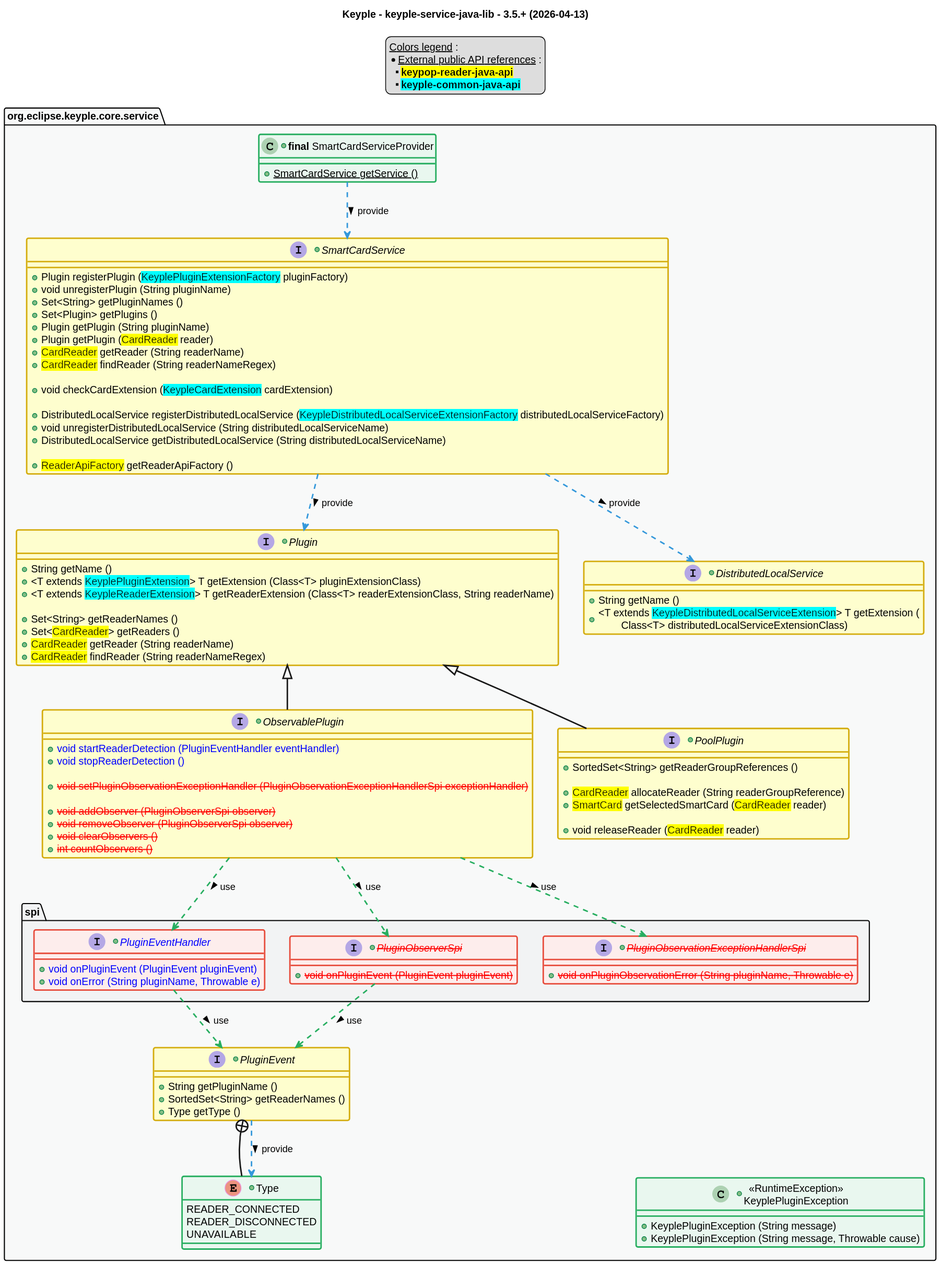
eclipse-keyple/keyple-service-java-lib keeps this PlantUML diagram as src/main/uml/api_class_diagram.svg. Above is the earlier version. Its diagram source:
```plantuml
@startuml
title
    Keyple - keyple-service-java-lib - 3.5.+ (2026-04-13)
end title


!define C_GREY1 F8F9F9
!define C_GREY2 F2F3F4
!define C_GREY3 E5E7E9
!define C_GREY4 D7DBDD
!define C_GREY5 CACFD2
!define C_GREY6 BDC3C7
!define C_LINK 3498DB
!define C_USE 27AE60

skinparam stereotypeABorderColor #A9DCDF
skinparam stereotypeIBorderColor #B4A7E5
skinparam stereotypeCBorderColor #ADD1B2
skinparam stereotypeEBorderColor #EB93DF

skinparam ClassBorderThickness 2
skinparam ArrowThickness 2

skinparam ClassBackgroundColor #FEFECE
skinparam ClassBorderColor #D4AC0D
skinparam ClassBackgroundColor<<red>> #FDEDEC
skinparam ClassBorderColor<<red>> #E74C3C
hide <<red>> stereotype
skinparam ClassBackgroundColor<<purple>> #F4ECF7
skinparam ClassBorderColor<<purple>> #8E44AD
hide <<purple>> stereotype
skinparam ClassBackgroundColor<<blue>> #EBF5FB
skinparam ClassBorderColor<<blue>> #3498DB
hide <<blue>> stereotype
skinparam ClassBackgroundColor<<green>> #E9F7EF
skinparam ClassBorderColor<<green>> #27AE60
hide <<green>> stereotype
skinparam ClassBackgroundColor<<grey>> #EAECEE
skinparam ClassBorderColor<<grey>> #2C3E50
hide <<grey>> stereotype


legend top
    __Colors legend__ :
    * __External public API references__ :
    ** <back:yellow>**keypop-reader-java-api**</back>
    ** <back:cyan>**keyple-common-java-api**</back>
end legend

package "org.eclipse.keyple.core.service" as service {
    +class "**final** SmartCardServiceProvider" as SmartCardServiceProvider <<green>> {
        +{static} SmartCardService getService ()
    }
    +interface SmartCardService {
        +Plugin registerPlugin (<back:cyan>KeyplePluginExtensionFactory</back> pluginFactory)
        +void unregisterPlugin (String pluginName)
        +Set<String> getPluginNames ()
        +Set<Plugin> getPlugins ()
        +Plugin getPlugin (String pluginName)
        +Plugin getPlugin (<back:yellow>CardReader</back> reader)
        +<back:yellow>CardReader</back> getReader (String readerName)
        +<back:yellow>CardReader</back> findReader (String readerNameRegex)

        +void checkCardExtension (<back:cyan>KeypleCardExtension</back> cardExtension)

        +DistributedLocalService registerDistributedLocalService (<back:cyan>KeypleDistributedLocalServiceExtensionFactory</back> distributedLocalServiceFactory)
        +void unregisterDistributedLocalService (String distributedLocalServiceName)
        +DistributedLocalService getDistributedLocalService (String distributedLocalServiceName)

        +<back:yellow>ReaderApiFactory</back> getReaderApiFactory ()
    }
    +interface Plugin {
        +String getName ()
        +<T extends <back:cyan>KeyplePluginExtension</back>> T getExtension (Class<T> pluginExtensionClass)
        +<T extends <back:cyan>KeypleReaderExtension</back>> T getReaderExtension (Class<T> readerExtensionClass, String readerName)

        +Set<String> getReaderNames ()
        +Set<<back:yellow>CardReader</back>> getReaders ()
        +<back:yellow>CardReader</back> getReader (String readerName)
        +<back:yellow>CardReader</back> findReader (String readerNameRegex)
    }
    +interface DistributedLocalService {
        +String getName ()
        +<T extends <back:cyan>KeypleDistributedLocalServiceExtension</back>> T getExtension (\n\tClass<T> distributedLocalServiceExtensionClass)
    }
    +interface ObservablePlugin extends Plugin {
        +<color:blue>void startReaderDetection (PluginEventHandler eventHandler)
        +<color:blue>void stopReaderDetection ()

        +<color:red><s>void setPluginObservationExceptionHandler (PluginObservationExceptionHandlerSpi exceptionHandler)

        +<color:red><s>void addObserver (PluginObserverSpi observer)
        +<color:red><s>void removeObserver (PluginObserverSpi observer)
        +<color:red><s>void clearObservers ()
        +<color:red><s>int countObservers ()
    }
    +interface PoolPlugin extends Plugin {
        +SortedSet<String> getReaderGroupReferences ()

        +<back:yellow>CardReader</back> allocateReader (String readerGroupReference)
        +<back:yellow>SmartCard</back> getSelectedSmartCard (<back:yellow>CardReader</back> reader)

        +void releaseReader (<back:yellow>CardReader</back> reader)
    }
    package spi {
        +interface "<color:blue>PluginEventHandler" as PluginEventHandler <<red>> {
            +<color:blue>void onPluginEvent (PluginEvent pluginEvent)
            +<color:blue>void onError (String pluginName, Throwable e)
        }
        +interface "<color:red><s>PluginObserverSpi" as PluginObserverSpi <<red>> {
            +<color:red><s>void onPluginEvent (PluginEvent pluginEvent)
        }
        +interface "<color:red><s>PluginObservationExceptionHandlerSpi" as PluginObservationExceptionHandlerSpi <<red>> {
            +<color:red><s>void onPluginObservationError (String pluginName, Throwable e)
        }
    }

    +interface PluginEvent {
        +String getPluginName ()
        +SortedSet<String> getReaderNames ()
        +Type getType ()
    }
    +enum "Type" as PluginEventType <<green>> {
        READER_CONNECTED
        READER_DISCONNECTED
        UNAVAILABLE
    }
    +class "<<RuntimeException>>\nKeyplePluginException" as KeyplePluginException <<green>> {
        +KeyplePluginException (String message)
        +KeyplePluginException (String message, Throwable cause)
    }
}


SmartCardServiceProvider ..> SmartCardService #C_LINK : provide >

SmartCardService ..> Plugin #C_LINK : provide >
SmartCardService ..> DistributedLocalService #C_LINK : provide >

PluginEvent +-- PluginEventType
PluginEvent ..> PluginEventType #C_LINK : provide >

ObservablePlugin ..> PluginEventHandler #C_USE : use >
ObservablePlugin ..> PluginObserverSpi #C_USE : use >
ObservablePlugin ..> PluginObservationExceptionHandlerSpi #C_USE : use >

PluginObserverSpi ..> PluginEvent #C_USE : use >

PluginEventHandler ..> PluginEvent #C_USE : use >


DistributedLocalService -[hidden]---- KeyplePluginException


package service #C_GREY1 {}
package service.spi #C_GREY2 {}
@enduml
```
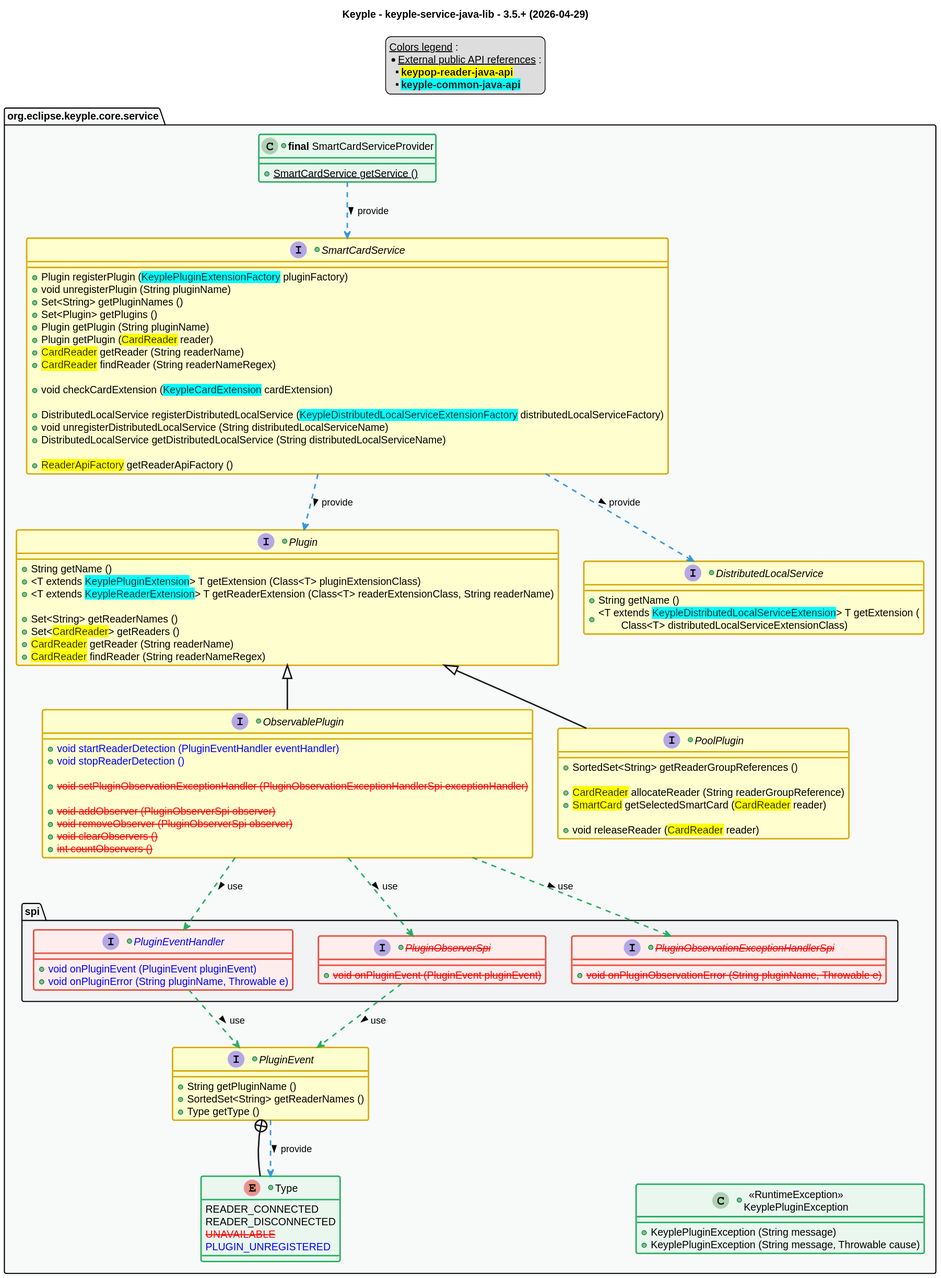
Later version of the same file.

What changed in the source:
```diff
@@ -1,6 +1,6 @@
 @startuml
 title
-    Keyple - keyple-service-java-lib - 3.5.+ (2026-04-13)
+    Keyple - keyple-service-java-lib - 3.5.+ (2026-04-29)
 end title
 
 
@@ -105,7 +105,7 @@
     package spi {
         +interface "<color:blue>PluginEventHandler" as PluginEventHandler <<red>> {
             +<color:blue>void onPluginEvent (PluginEvent pluginEvent)
-            +<color:blue>void onError (String pluginName, Throwable e)
+            +<color:blue>void onPluginError (String pluginName, Throwable e)
         }
         +interface "<color:red><s>PluginObserverSpi" as PluginObserverSpi <<red>> {
             +<color:red><s>void onPluginEvent (PluginEvent pluginEvent)
@@ -123,7 +123,8 @@
     +enum "Type" as PluginEventType <<green>> {
         READER_CONNECTED
         READER_DISCONNECTED
-        UNAVAILABLE
+        <color:red><s>UNAVAILABLE
+        <color:blue>PLUGIN_UNREGISTERED
     }
     +class "<<RuntimeException>>\nKeyplePluginException" as KeyplePluginException <<green>> {
         +KeyplePluginException (String message)
```
